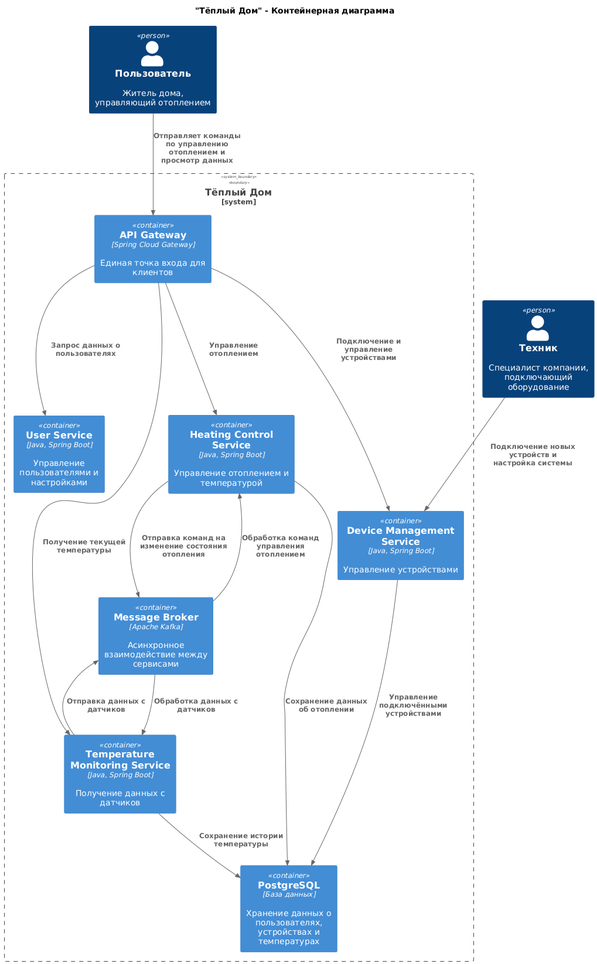
The PlantUML diagram diagrams/container/container.png in GI-Corp/architecture-sprint-3, before a commit. Source of this version:
```plantuml
@startuml
!includeurl https://raw.githubusercontent.com/RicardoNiepel/C4-PlantUML/master/C4_Container.puml

title "Тёплый Дом" - Контейнерная диаграмма

top to bottom direction

Person(user, "Пользователь", "Житель дома, управляющий отоплением")
Person(technician, "Техник", "Специалист компании, подключающий оборудование")

System_Boundary(warmHome, "Тёплый Дом") {
    Container(apiGateway, "API Gateway", "Spring Cloud Gateway", "Единая точка входа для клиентов")
    Container(userService, "User Service", "Java, Spring Boot", "Управление пользователями и настройками")
    Container(heatingService, "Heating Control Service", "Java, Spring Boot", "Управление отоплением и температурой")
    Container(monitoringService, "Temperature Monitoring Service", "Java, Spring Boot", "Получение данных с датчиков")
    Container(deviceService, "Device Management Service", "Java, Spring Boot", "Управление устройствами")
    Container(kafka, "Message Broker", "Apache Kafka", "Асинхронное взаимодействие между сервисами")
    Container(database, "PostgreSQL", "База данных", "Хранение данных о пользователях, устройствах и температурах")
}

Rel(user, apiGateway, "Отправляет команды по управлению отоплением и просмотр данных")
Rel(apiGateway, userService, "Запрос данных о пользователях")
Rel(apiGateway, heatingService, "Управление отоплением")
Rel(apiGateway, monitoringService, "Получение текущей температуры")
Rel(apiGateway, deviceService, "Подключение и управление устройствами")

Rel(heatingService, kafka, "Отправка команд на изменение состояния отопления")
Rel(monitoringService, kafka, "Отправка данных с датчиков")
Rel(kafka, heatingService, "Обработка команд управления отоплением")
Rel(kafka, monitoringService, "Обработка данных с датчиков")
Rel(heatingService, database, "Сохранение данных об отоплении")
Rel(monitoringService, database, "Сохранение истории температуры")
Rel(deviceService, database, "Управление подключёнными устройствами")

Rel(technician, deviceService, "Подключение новых устройств и настройка системы")
@enduml
```
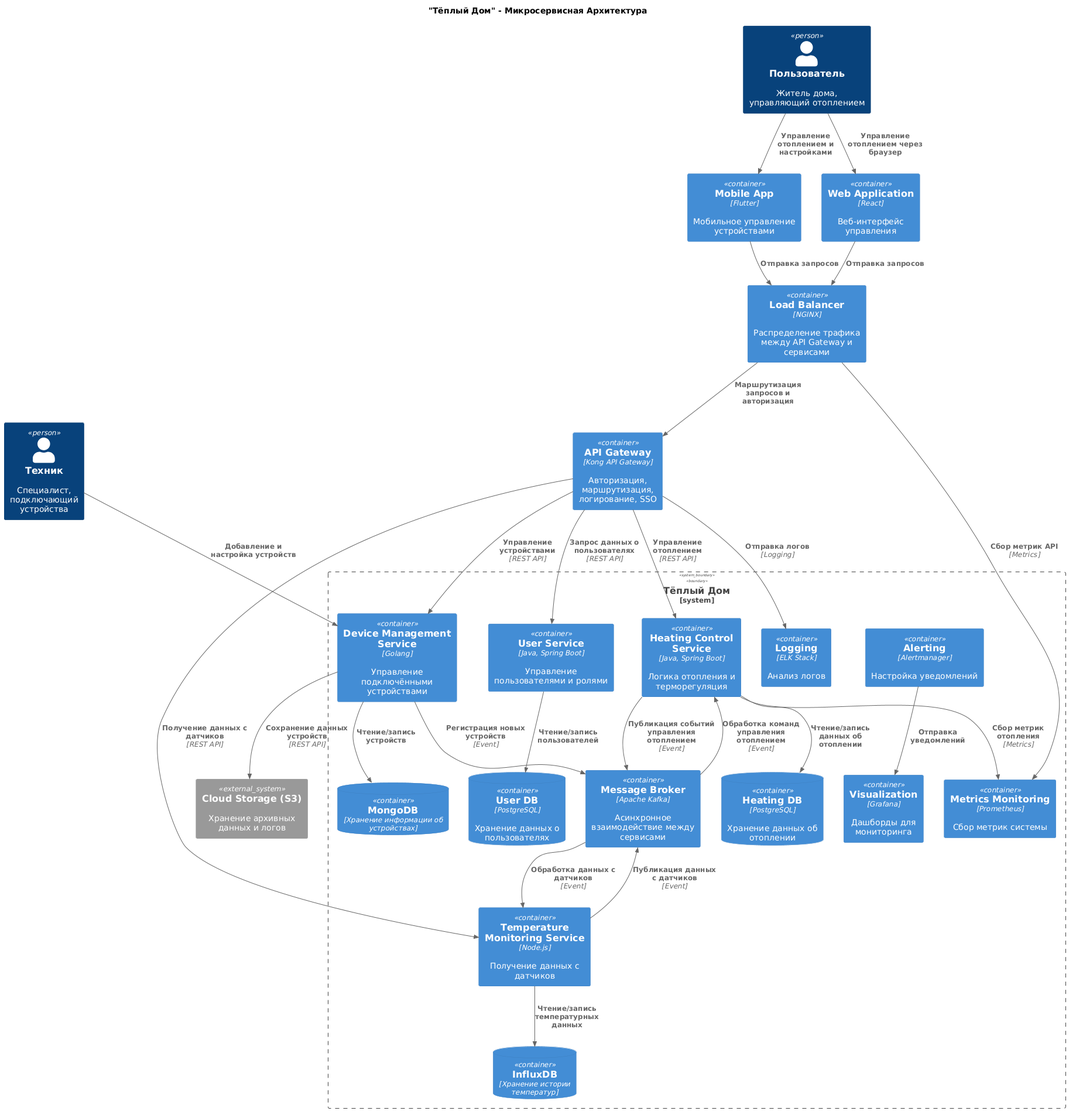
The same file after the commit.

Commit message:
update: container diagram and optimize microservice decomposition

Change to the diagram source:
```diff
@@ -1,36 +1,73 @@
 @startuml
 !includeurl https://raw.githubusercontent.com/RicardoNiepel/C4-PlantUML/master/C4_Container.puml
 
-title "Тёплый Дом" - Контейнерная диаграмма
+title "Тёплый Дом" - Микросервисная Архитектура
 
 top to bottom direction
 
 Person(user, "Пользователь", "Житель дома, управляющий отоплением")
-Person(technician, "Техник", "Специалист компании, подключающий оборудование")
+Person(technician, "Техник", "Специалист, подключающий устройства")
+
+System_Ext(cloudStorage, "Cloud Storage (S3)", "Хранение архивных данных и логов")
+
+Container(nginx, "Load Balancer", "NGINX", "Распределение трафика между API Gateway и сервисами")
+Container(apiGateway, "API Gateway", "Kong API Gateway", "Авторизация, маршрутизация, логирование, SSO")
+
+Container(mobileApp, "Mobile App", "Flutter", "Мобильное управление устройствами")
+Container(webApp, "Web Application", "React", "Веб-интерфейс управления")
 
 System_Boundary(warmHome, "Тёплый Дом") {
-    Container(apiGateway, "API Gateway", "Spring Cloud Gateway", "Единая точка входа для клиентов")
-    Container(userService, "User Service", "Java, Spring Boot", "Управление пользователями и настройками")
-    Container(heatingService, "Heating Control Service", "Java, Spring Boot", "Управление отоплением и температурой")
-    Container(monitoringService, "Temperature Monitoring Service", "Java, Spring Boot", "Получение данных с датчиков")
-    Container(deviceService, "Device Management Service", "Java, Spring Boot", "Управление устройствами")
+
+    Container(userService, "User Service", "Java, Spring Boot", "Управление пользователями и ролями")
+    ContainerDb(userDB, "User DB", "PostgreSQL", "Хранение данных о пользователях")
+
+    Container(heatingService, "Heating Control Service", "Java, Spring Boot", "Логика отопления и терморегуляция")
+    ContainerDb(heatingDB, "Heating DB", "PostgreSQL", "Хранение данных об отоплении")
+
+    Container(monitoringService, "Temperature Monitoring Service", "Node.js", "Получение данных с датчиков")
+    ContainerDb(monitoringDB, "InfluxDB", "Хранение истории температур")
+
+    Container(deviceService, "Device Management Service", "Golang", "Управление подключёнными устройствами")
+    ContainerDb(deviceDB, "MongoDB", "Хранение информации об устройствах")
+
+
     Container(kafka, "Message Broker", "Apache Kafka", "Асинхронное взаимодействие между сервисами")
-    Container(database, "PostgreSQL", "База данных", "Хранение данных о пользователях, устройствах и температурах")
+
+    Container(prometheus, "Metrics Monitoring", "Prometheus", "Сбор метрик системы")
+    Container(grafana, "Visualization", "Grafana", "Дашборды для мониторинга")
+    Container(elk, "Logging", "ELK Stack", "Анализ логов")
+    Container(alertmanager, "Alerting", "Alertmanager", "Настройка уведомлений")
 }
 
-Rel(user, apiGateway, "Отправляет команды по управлению отоплением и просмотр данных")
-Rel(apiGateway, userService, "Запрос данных о пользователях")
-Rel(apiGateway, heatingService, "Управление отоплением")
-Rel(apiGateway, monitoringService, "Получение текущей температуры")
-Rel(apiGateway, deviceService, "Подключение и управление устройствами")
+Rel(user, mobileApp, "Управление отоплением и настройками")
+Rel(user, webApp, "Управление отоплением через браузер")
+Rel(mobileApp, nginx, "Отправка запросов")
+Rel(webApp, nginx, "Отправка запросов")
 
-Rel(heatingService, kafka, "Отправка команд на изменение состояния отопления")
-Rel(monitoringService, kafka, "Отправка данных с датчиков")
-Rel(kafka, heatingService, "Обработка команд управления отоплением")
-Rel(kafka, monitoringService, "Обработка данных с датчиков")
-Rel(heatingService, database, "Сохранение данных об отоплении")
-Rel(monitoringService, database, "Сохранение истории температуры")
-Rel(deviceService, database, "Управление подключёнными устройствами")
+Rel(nginx, apiGateway, "Маршрутизация запросов и авторизация")
 
-Rel(technician, deviceService, "Подключение новых устройств и настройка системы")
+Rel(apiGateway, userService, "Запрос данных о пользователях", "REST API")
+Rel(apiGateway, heatingService, "Управление отоплением", "REST API")
+Rel(apiGateway, monitoringService, "Получение данных с датчиков", "REST API")
+Rel(apiGateway, deviceService, "Управление устройствами", "REST API")
+
+Rel(heatingService, kafka, "Публикация событий управления отоплением", "Event")
+Rel(monitoringService, kafka, "Публикация данных с датчиков", "Event")
+Rel(deviceService, kafka, "Регистрация новых устройств", "Event")
+Rel(kafka, heatingService, "Обработка команд управления отоплением", "Event")
+Rel(kafka, monitoringService, "Обработка данных с датчиков", "Event")
+
+Rel(userService, userDB, "Чтение/запись пользователей")
+Rel(heatingService, heatingDB, "Чтение/запись данных об отоплении")
+Rel(monitoringService, monitoringDB, "Чтение/запись температурных данных")
+Rel(deviceService, deviceDB, "Чтение/запись устройств")
+
+Rel(nginx, prometheus, "Сбор метрик API", "Metrics")
+Rel(apiGateway, elk, "Отправка логов", "Logging")
+Rel(heatingService, prometheus, "Сбор метрик отопления", "Metrics")
+Rel(alertmanager, grafana, "Отправка уведомлений")
+
+Rel(deviceService, cloudStorage, "Сохранение данных устройств", "REST API")
+
+Rel(technician, deviceService, "Добавление и настройка устройств")
 @enduml
```
